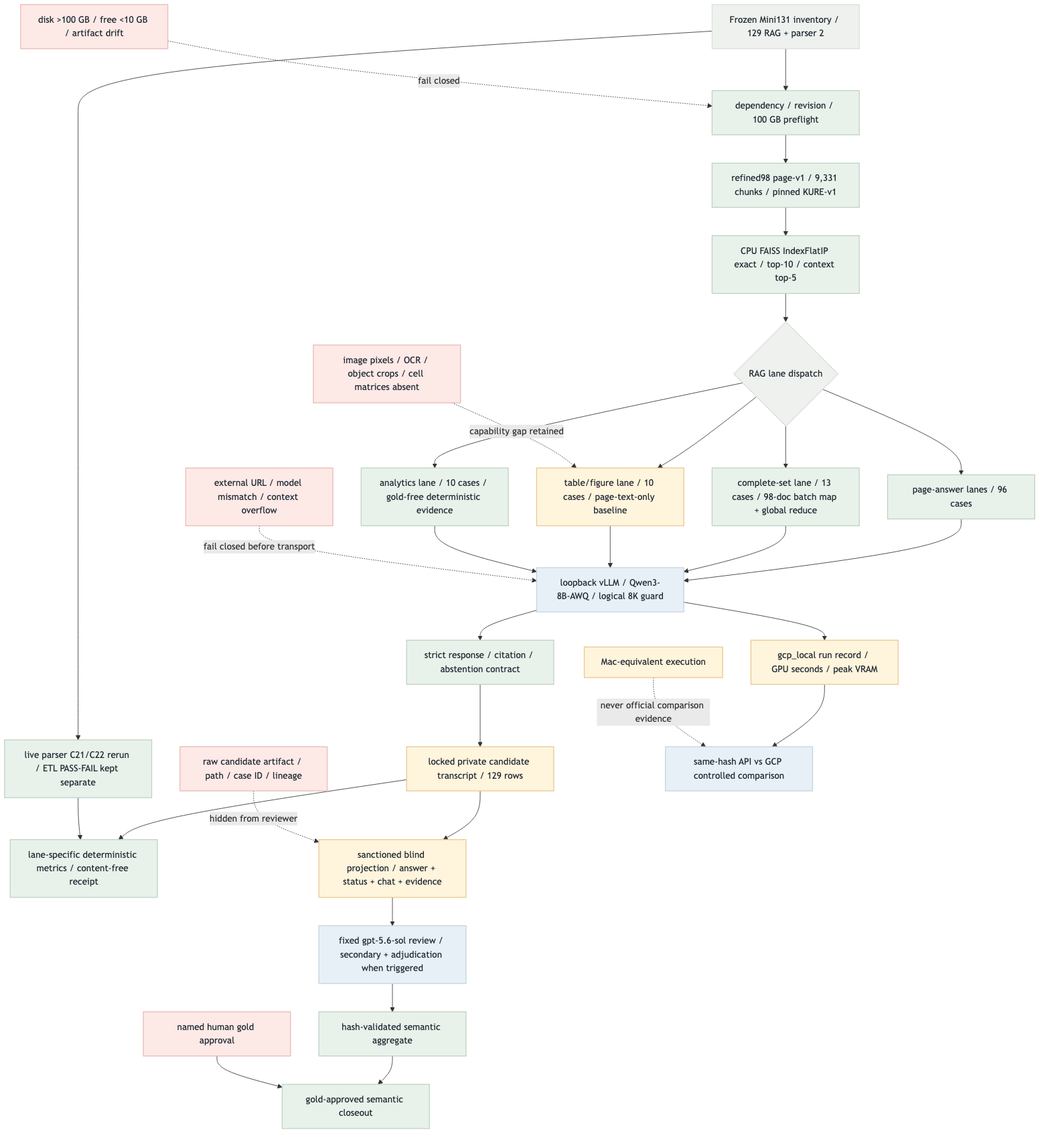
Before: fivecircles/architecture/specs/gcp-local-baseline-target-flow.png, a diagram exported from Mermaid (KongSeok/sprint-public-procurement-rag-assistant). Its source is kept beside it as fivecircles/architecture/specs/gcp-local-baseline-target-flow.mmd.
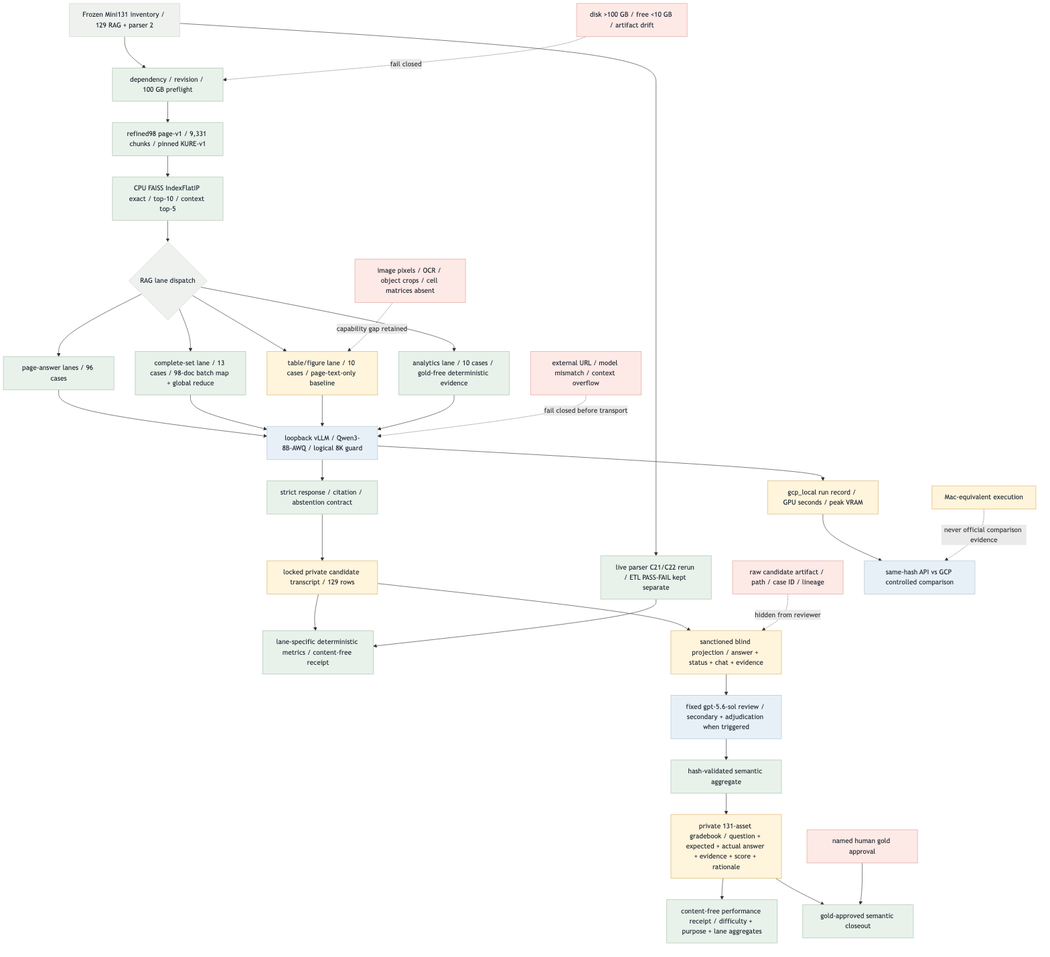
The same diagram one commit later.

Commit message:
feat(eval): record per-question Mini131 performance

Diff of the diagram source:
```diff
@@ -24,7 +24,9 @@
     RAW["raw candidate artifact / path / case ID / lineage"]:::red -. "hidden from reviewer" .-> BP
     BP --> SOL["fixed gpt-5.6-sol review / secondary + adjudication when triggered"]:::blue
     SOL --> SR["hash-validated semantic aggregate"]:::green
-    SR --> FC["gold-approved semantic closeout"]:::green
+    SR --> PE["private 131-asset gradebook / question + expected + actual answer + evidence + score + rationale"]:::amber
+    PE --> PUB["content-free performance receipt / difficulty + purpose + lane aggregates"]:::green
+    PE --> FC["gold-approved semantic closeout"]:::green
     H["named human gold approval"]:::red --> FC
 
     Q --> RR["gcp_local run record / GPU seconds / peak VRAM"]:::amber
```
